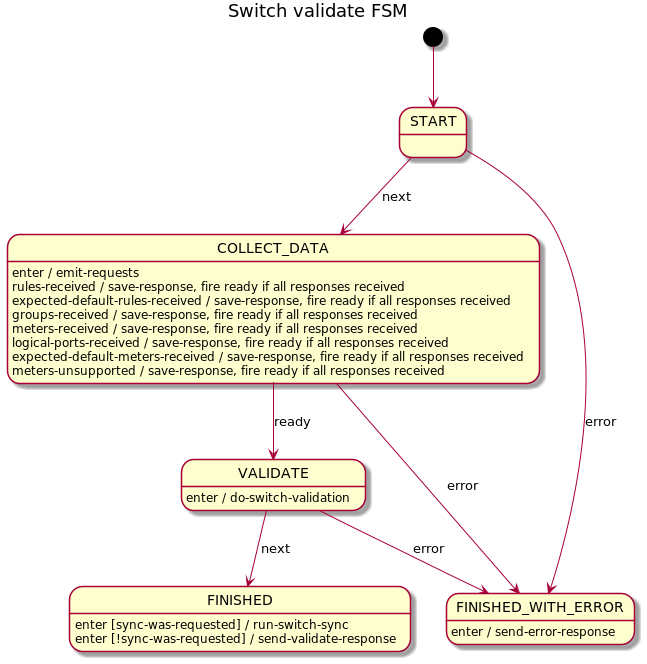
This is docs/design/hub-and-spoke/switch-validate/switch-validate-fsm.png from telstra/open-kilda, a PlantUML export, as it was before one commit.
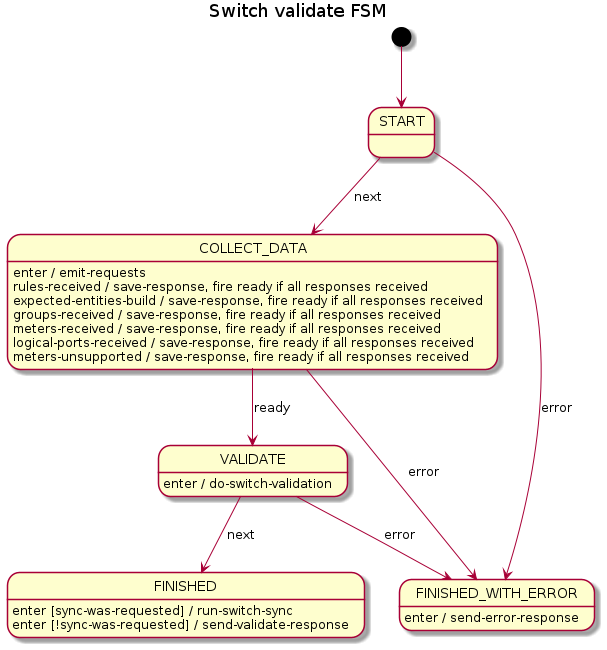
Later version of the same file.

What changed in the source:
```diff
@@ -10,11 +10,10 @@
 COLLECT_DATA --> FINISHED_WITH_ERROR : error
 COLLECT_DATA : enter / emit-requests
 COLLECT_DATA : rules-received / save-response, fire ready if all responses received
-COLLECT_DATA : expected-default-rules-received / save-response, fire ready if all responses received
+COLLECT_DATA : expected-entities-build / save-response, fire ready if all responses received
 COLLECT_DATA : groups-received / save-response, fire ready if all responses received
 COLLECT_DATA : meters-received / save-response, fire ready if all responses received
 COLLECT_DATA : logical-ports-received / save-response, fire ready if all responses received
-COLLECT_DATA : expected-default-meters-received / save-response, fire ready if all responses received
 COLLECT_DATA : meters-unsupported / save-response, fire ready if all responses received
 
 VALIDATE --> FINISHED : next
@@ -25,5 +24,4 @@
 FINISHED : enter [!sync-was-requested] / send-validate-response
 
 FINISHED_WITH_ERROR : enter / send-error-response
-
 @enduml
```
